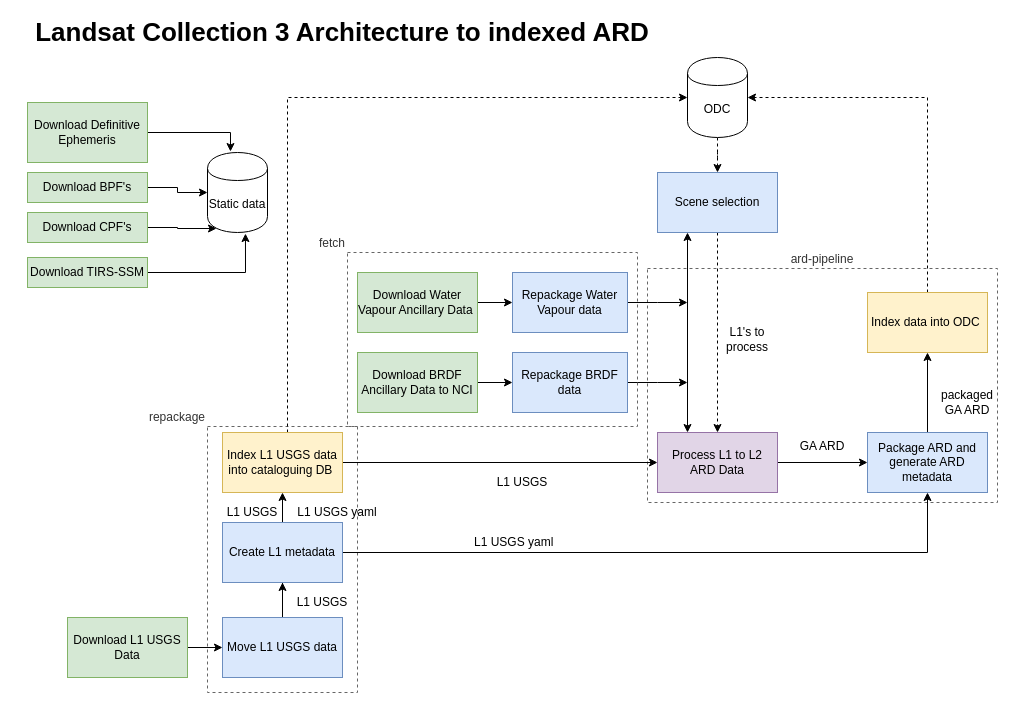
This is collection3/c3dataflow.drawio from dunkgray/dea-document-images, a draw.io file, before an edit. Source tidied: cells renumbered, new cells numbered last; positions are measured from the earlier drawing's top-left corner, leaving out a move shared by most shapes. Both pictures are drawn from the tidied source at 100%, with x=0, y=0 at pixel (17, 22).
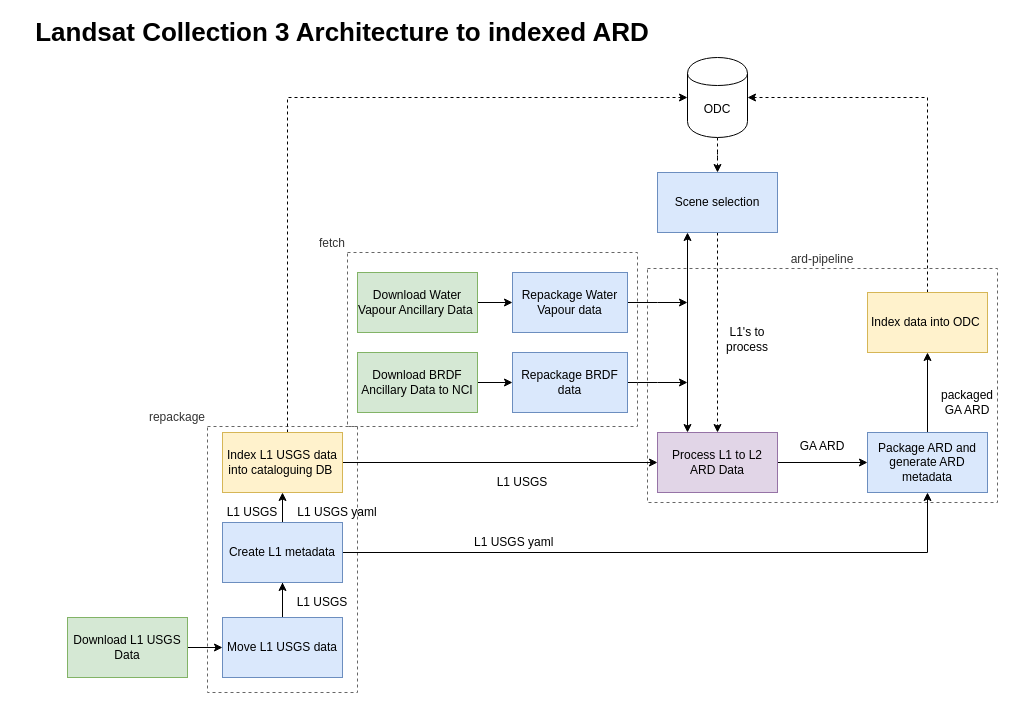
After the change.

Commit message (it also covers changes not shown here):
update diagram for la c2-based ARD processing

Change to the diagram source:
```diff
@@
-    <mxCell id="25" style="edgeStyle=orthogonalEdgeStyle;rounded=0;jettySize=auto;html=1;entryX=0;entryY=0.5;entryDx=0;entryDy=0;" parent="1" edge="1" source="26" target="36">
-      <mxGeometry relative="1" as="geometry" />
-    </mxCell>
-    <mxCell id="26" value="Download BPF's" style="rounded=0;whiteSpace=wrap;html=1;fillColor=#d5e8d4;strokeColor=#82b366;" parent="1" vertex="1">
-      <mxGeometry x="10" y="150" width="120" height="30" as="geometry" />
-    </mxCell>
-    <mxCell id="27" style="edgeStyle=orthogonalEdgeStyle;rounded=0;jettySize=auto;html=1;entryX=0.383;entryY=-0.012;entryDx=0;entryDy=0;entryPerimeter=0;" parent="1" edge="1" source="28" target="36">
-      <mxGeometry relative="1" as="geometry" />
-    </mxCell>
-    <mxCell id="28" value="Download Definitive Ephemeris" style="rounded=0;whiteSpace=wrap;html=1;fillColor=#d5e8d4;strokeColor=#82b366;" parent="1" vertex="1">
-      <mxGeometry x="10" y="80" width="120" height="60" as="geometry" />
-    </mxCell>
-    <mxCell id="29" style="edgeStyle=orthogonalEdgeStyle;rounded=0;jettySize=auto;html=1;entryX=0.15;entryY=0.95;entryDx=0;entryDy=0;entryPerimeter=0;" parent="1" edge="1" source="30" target="36">
-      <mxGeometry relative="1" as="geometry" />
-    </mxCell>
-    <mxCell id="30" value="Download CPF's" style="rounded=0;whiteSpace=wrap;html=1;fillColor=#d5e8d4;strokeColor=#82b366;" parent="1" vertex="1">
-      <mxGeometry x="10" y="190" width="120" height="30" as="geometry" />
-    </mxCell>
@@
-    <mxCell id="34" style="edgeStyle=orthogonalEdgeStyle;rounded=0;jettySize=auto;html=1;entryX=0.633;entryY=1.013;entryDx=0;entryDy=0;entryPerimeter=0;" parent="1" edge="1" source="35" target="36">
-      <mxGeometry relative="1" as="geometry" />
-    </mxCell>
-    <mxCell id="35" value="Download TIRS-SSM" style="rounded=0;whiteSpace=wrap;html=1;fillColor=#d5e8d4;strokeColor=#82b366;" parent="1" vertex="1">
-      <mxGeometry x="10" y="235" width="120" height="30" as="geometry" />
-    </mxCell>
-    <mxCell id="36" value="Static data&lt;br&gt;" style="shape=cylinder;whiteSpace=wrap;html=1;boundedLbl=1;backgroundOutline=1;" parent="1" vertex="1">
-      <mxGeometry x="190" y="130" width="60" height="80" as="geometry" />
-    </mxCell>
```
